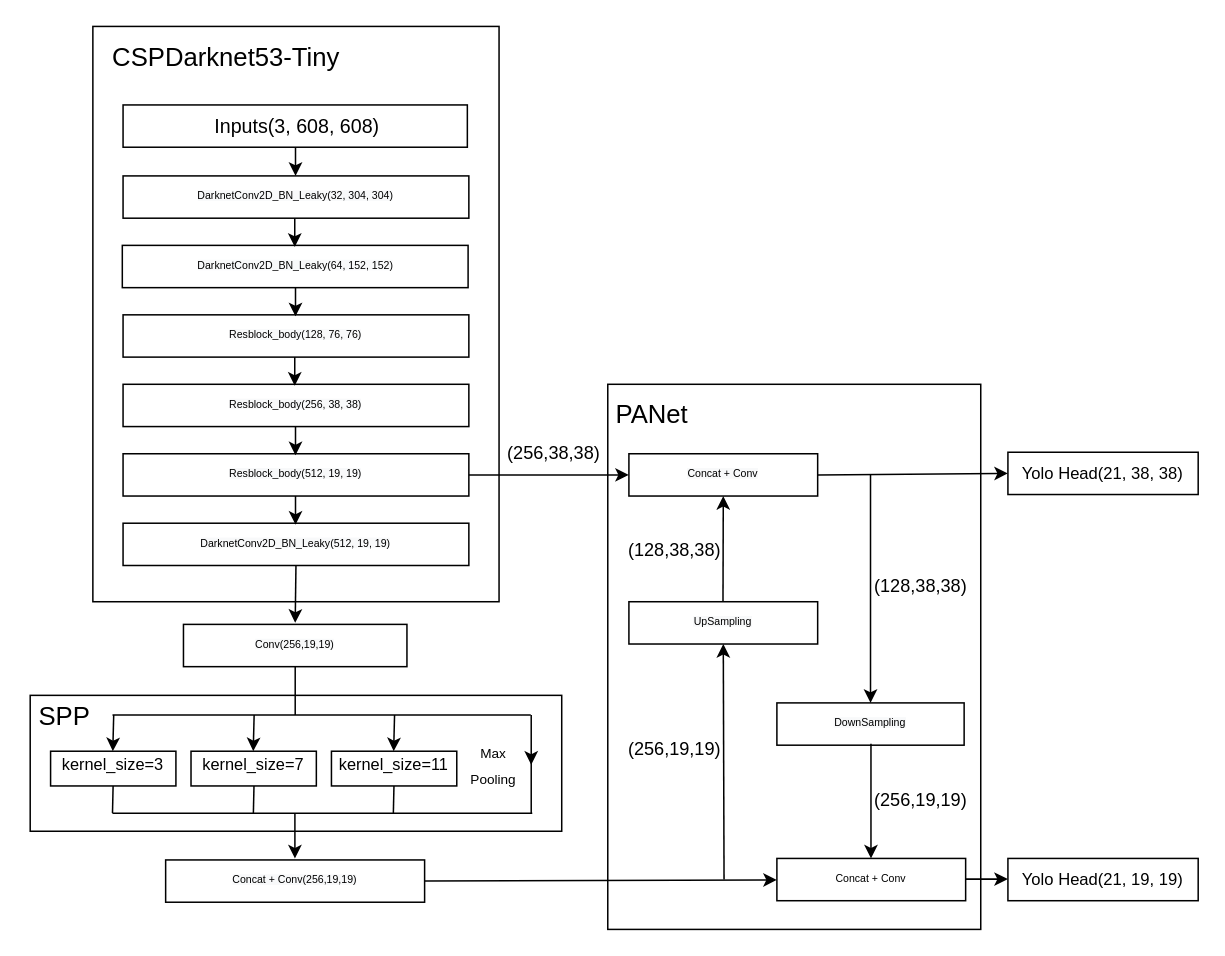
Before: YOLO-TINY-CHANGE1.drawio in zjie134/blog_pic, a draw.io diagram. Source tidied: cells renumbered, new cells numbered last; positions are measured from the earlier drawing's top-left corner, leaving out a move shared by most shapes. Both pictures are drawn from the tidied source at 151%, with x=0, y=0 at pixel (26, 26).
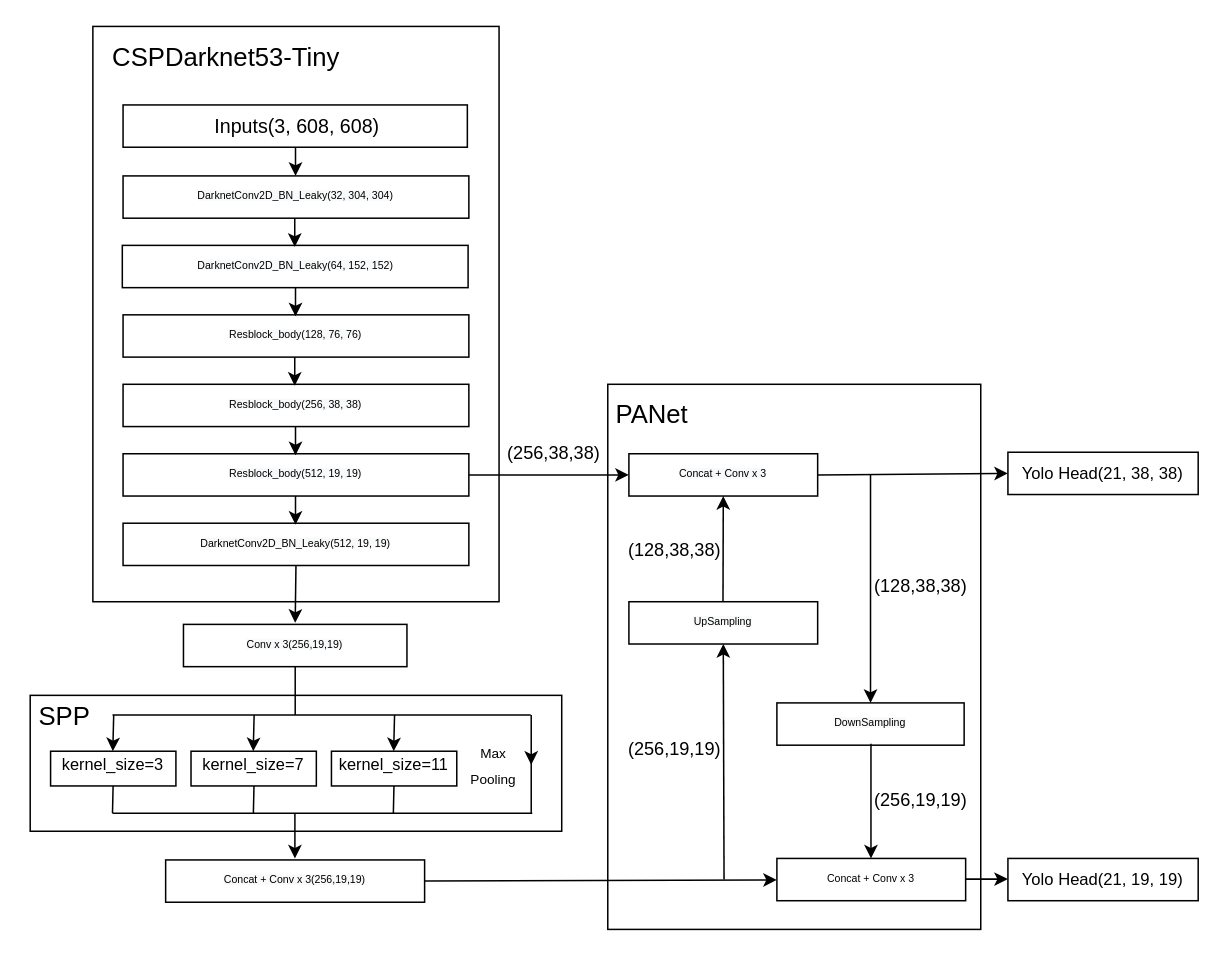
The same page after the edit.

Change to the diagram source:
```diff
@@
-    <mxCell id="19" value="&lt;font face=&quot;helvetica&quot;&gt;Concat + Conv&lt;/font&gt;" style="rounded=0;whiteSpace=wrap;html=1;strokeWidth=1;fontSize=7;" parent="1" vertex="1">
+    <mxCell id="19" value="&lt;font face=&quot;helvetica&quot;&gt;Concat + Conv x 3&lt;/font&gt;" style="rounded=0;whiteSpace=wrap;html=1;strokeWidth=1;fontSize=7;" parent="1" vertex="1">
       <mxGeometry x="497" y="551" width="125" height="28" as="geometry" />
     </mxCell>
@@
-    <mxCell id="23" value="&lt;span style=&quot;color: rgb(0 , 0 , 0) ; font-family: &amp;#34;helvetica&amp;#34; ; font-style: normal ; font-weight: 400 ; letter-spacing: normal ; text-align: center ; text-indent: 0px ; text-transform: none ; word-spacing: 0px ; background-color: rgb(248 , 249 , 250) ; display: inline ; float: none ; font-size: 7px&quot;&gt;&lt;font style=&quot;font-size: 7px&quot;&gt;Conv(256,19,19)&lt;/font&gt;&lt;/span&gt;" style="rounded=0;whiteSpace=wrap;html=1;strokeWidth=1;fontSize=7;" parent="1" vertex="1">
+    <mxCell id="23" value="&lt;span style=&quot;color: rgb(0 , 0 , 0) ; font-family: &amp;#34;helvetica&amp;#34; ; font-style: normal ; font-weight: 400 ; letter-spacing: normal ; text-align: center ; text-indent: 0px ; text-transform: none ; word-spacing: 0px ; background-color: rgb(248 , 249 , 250) ; display: inline ; float: none ; font-size: 7px&quot;&gt;&lt;font style=&quot;font-size: 7px&quot;&gt;Conv x 3(256,19,19)&lt;/font&gt;&lt;/span&gt;" style="rounded=0;whiteSpace=wrap;html=1;strokeWidth=1;fontSize=7;" parent="1" vertex="1">
       <mxGeometry x="104" y="396" width="148" height="28" as="geometry" />
     </mxCell>
@@
-    <mxCell id="36" value="&lt;span style=&quot;color: rgb(0 , 0 , 0) ; font-family: &amp;#34;helvetica&amp;#34; ; font-style: normal ; font-weight: 400 ; letter-spacing: normal ; text-align: center ; text-indent: 0px ; text-transform: none ; word-spacing: 0px ; background-color: rgb(248 , 249 , 250) ; display: inline ; float: none ; font-size: 7px&quot;&gt;&lt;font style=&quot;font-size: 7px&quot;&gt;Concat + Conv(256,19,19)&lt;/font&gt;&lt;/span&gt;" style="rounded=0;whiteSpace=wrap;html=1;strokeWidth=1;fontSize=7;" parent="1" vertex="1">
+    <mxCell id="36" value="&lt;span style=&quot;color: rgb(0 , 0 , 0) ; font-family: &amp;#34;helvetica&amp;#34; ; font-style: normal ; font-weight: 400 ; letter-spacing: normal ; text-align: center ; text-indent: 0px ; text-transform: none ; word-spacing: 0px ; background-color: rgb(248 , 249 , 250) ; display: inline ; float: none ; font-size: 7px&quot;&gt;&lt;font style=&quot;font-size: 7px&quot;&gt;Concat + Conv x 3(256,19,19)&lt;/font&gt;&lt;/span&gt;" style="rounded=0;whiteSpace=wrap;html=1;strokeWidth=1;fontSize=7;" parent="1" vertex="1">
       <mxGeometry x="92.2" y="552" width="171.5" height="28" as="geometry" />
     </mxCell>
@@
-    <mxCell id="39" value="&lt;span style=&quot;color: rgb(0 , 0 , 0) ; font-family: &amp;#34;helvetica&amp;#34; ; font-style: normal ; font-weight: 400 ; letter-spacing: normal ; text-align: center ; text-indent: 0px ; text-transform: none ; word-spacing: 0px ; background-color: rgb(248 , 249 , 250) ; display: inline ; float: none ; font-size: 7px&quot;&gt;&lt;font style=&quot;font-size: 7px&quot;&gt;Concat + Conv&lt;/font&gt;&lt;/span&gt;" style="rounded=0;whiteSpace=wrap;html=1;strokeWidth=1;fontSize=7;" parent="1" vertex="1">
+    <mxCell id="39" value="&lt;span style=&quot;color: rgb(0 , 0 , 0) ; font-family: &amp;#34;helvetica&amp;#34; ; font-style: normal ; font-weight: 400 ; letter-spacing: normal ; text-align: center ; text-indent: 0px ; text-transform: none ; word-spacing: 0px ; background-color: rgb(248 , 249 , 250) ; display: inline ; float: none ; font-size: 7px&quot;&gt;&lt;font style=&quot;font-size: 7px&quot;&gt;Concat + Conv x 3&lt;/font&gt;&lt;/span&gt;" style="rounded=0;whiteSpace=wrap;html=1;strokeWidth=1;fontSize=7;" parent="1" vertex="1">
       <mxGeometry x="399" y="283" width="125" height="28" as="geometry" />
     </mxCell>
```
